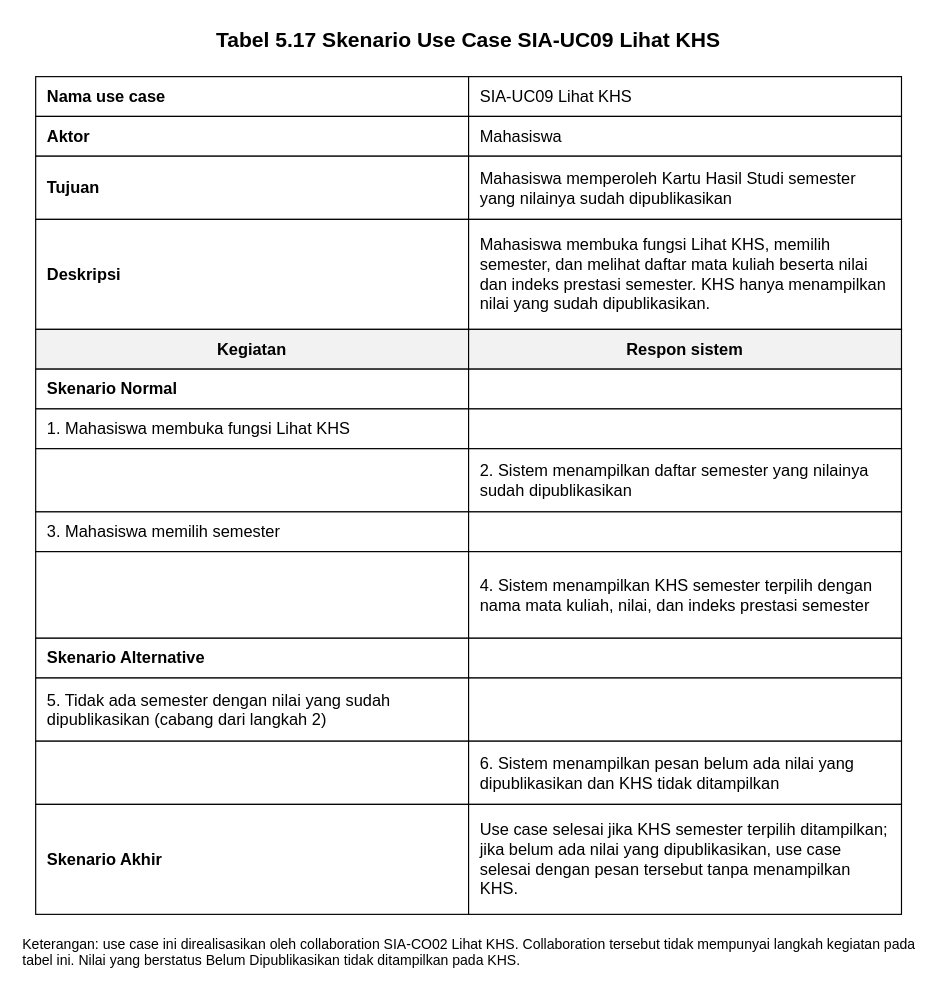
Earlier version of the draw.io diagram page "Tabel 5.17 - SIA-UC09" (3 of 7) of 01_skenario/P05_2406043_SIA_skenario_v01.drawio (pieceofshl/IFRWP5149_2406043_LabAlat). Source tidied: cells renumbered, new cells numbered last; positions are measured from the earlier drawing's top-left corner, leaving out a move shared by most shapes. Both pictures are drawn from the tidied source at 117%, with x=0, y=0 at pixel (20, 20).
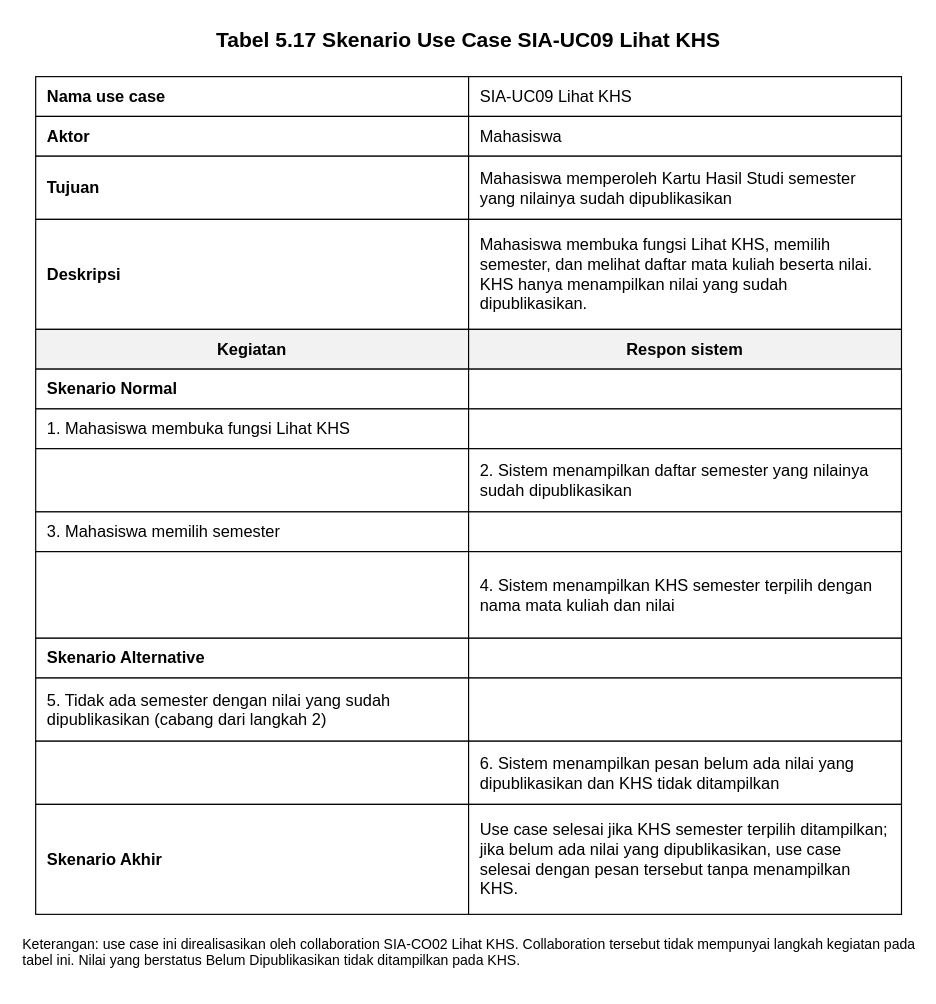
After the change.

What changed in the source:
```diff
@@
-    <mxCell id="10" value="Mahasiswa membuka fungsi Lihat KHS, memilih semester, dan melihat daftar mata kuliah beserta nilai dan indeks prestasi semester. KHS hanya menampilkan nilai yang sudah dipublikasikan." style="rounded=0;whiteSpace=wrap;html=1;align=left;verticalAlign=middle;spacingLeft=8;spacingRight=8;spacingTop=4;spacingBottom=4;fontFamily=Arial;fontSize=14;fontColor=#000000;strokeColor=#000000;strokeWidth=1;fillColor=#FFFFFF;" parent="1" vertex="1">
+    <mxCell id="10" value="Mahasiswa membuka fungsi Lihat KHS, memilih semester, dan melihat daftar mata kuliah beserta nilai. KHS hanya menampilkan nilai yang sudah dipublikasikan." style="rounded=0;whiteSpace=wrap;html=1;align=left;verticalAlign=middle;spacingLeft=8;spacingRight=8;spacingTop=4;spacingBottom=4;fontFamily=Arial;fontSize=14;fontColor=#000000;strokeColor=#000000;strokeWidth=1;fillColor=#FFFFFF;" parent="1" vertex="1">
       <mxGeometry x="383" y="170" width="370" height="94" as="geometry" />
     </mxCell>
@@
-    <mxCell id="22" value="4. Sistem menampilkan KHS semester terpilih dengan nama mata kuliah, nilai, dan indeks prestasi semester" style="rounded=0;whiteSpace=wrap;html=1;align=left;verticalAlign=middle;spacingLeft=8;spacingRight=8;spacingTop=4;spacingBottom=4;fontFamily=Arial;fontSize=14;fontColor=#000000;strokeColor=#000000;strokeWidth=1;fillColor=#FFFFFF;" parent="1" vertex="1">
+    <mxCell id="22" value="4. Sistem menampilkan KHS semester terpilih dengan nama mata kuliah dan nilai" style="rounded=0;whiteSpace=wrap;html=1;align=left;verticalAlign=middle;spacingLeft=8;spacingRight=8;spacingTop=4;spacingBottom=4;fontFamily=Arial;fontSize=14;fontColor=#000000;strokeColor=#000000;strokeWidth=1;fillColor=#FFFFFF;" parent="1" vertex="1">
       <mxGeometry x="383" y="454" width="370" height="74" as="geometry" />
     </mxCell>
```
